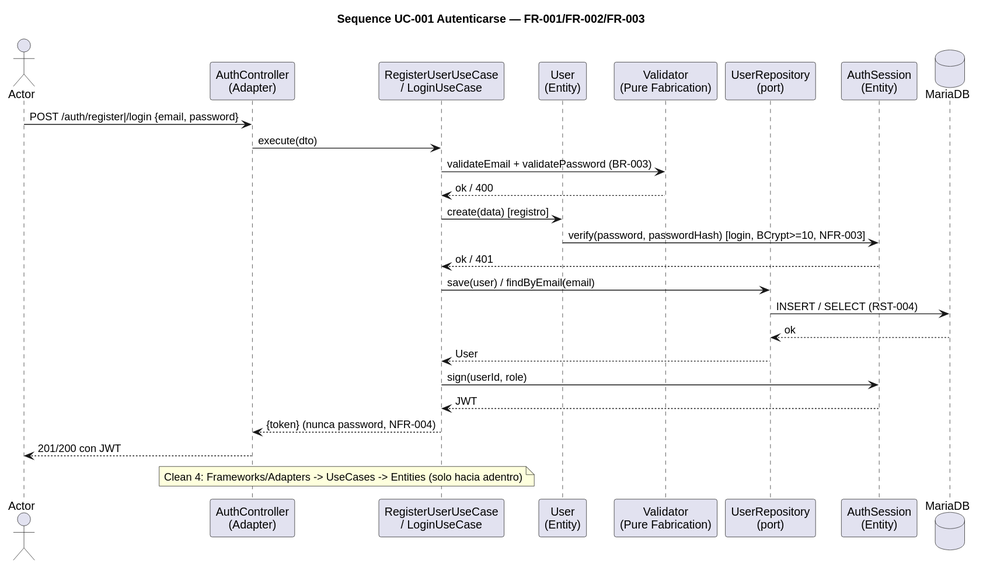
Earlier version of the PlantUML export 2026-09-29-laboratorio-bibliotech/docs/03-architecture/sequence-diagram-UC-001.svg (estebanmatias92/tecnicatura-practicas-profesionalizantes-ii). Its diagram source:
```plantuml
@startuml
title Sequence UC-001 Autenticarse — FR-001/FR-002/FR-003
actor Actor
participant "AuthController\n(Adapter)" as Ctrl
participant "RegisterUserUseCase\n/ LoginUseCase" as UC
participant "User\n(Entity)" as Ent
participant "Validator\n(Pure Fabrication)" as Val
participant "UserRepository\n(port)" as Repo
participant "AuthSession\n(Entity)" as Sess
database MariaDB as DB

Actor -> Ctrl : POST /auth/register|/login {email, password}
Ctrl -> UC : execute(dto)
UC -> Val : validateEmail + validatePassword (BR-003)
Val --> UC : ok / 400
UC -> Ent : create(data) [registro]
Ent -> Sess : verify(password, passwordHash) [login, BCrypt>=10, NFR-003]
Sess --> UC : ok / 401
UC -> Repo : save(user) / findByEmail(email)
Repo -> DB : INSERT / SELECT (RST-004)
DB --> Repo : ok
Repo --> UC : User
UC -> Sess : sign(userId, role)
Sess --> UC : JWT
UC --> Ctrl : {token} (nunca password, NFR-004)
Ctrl --> Actor : 201/200 con JWT

note over Ctrl, UC : Clean 4: Frameworks/Adapters -> UseCases -> Entities (solo hacia adentro)
@enduml
```
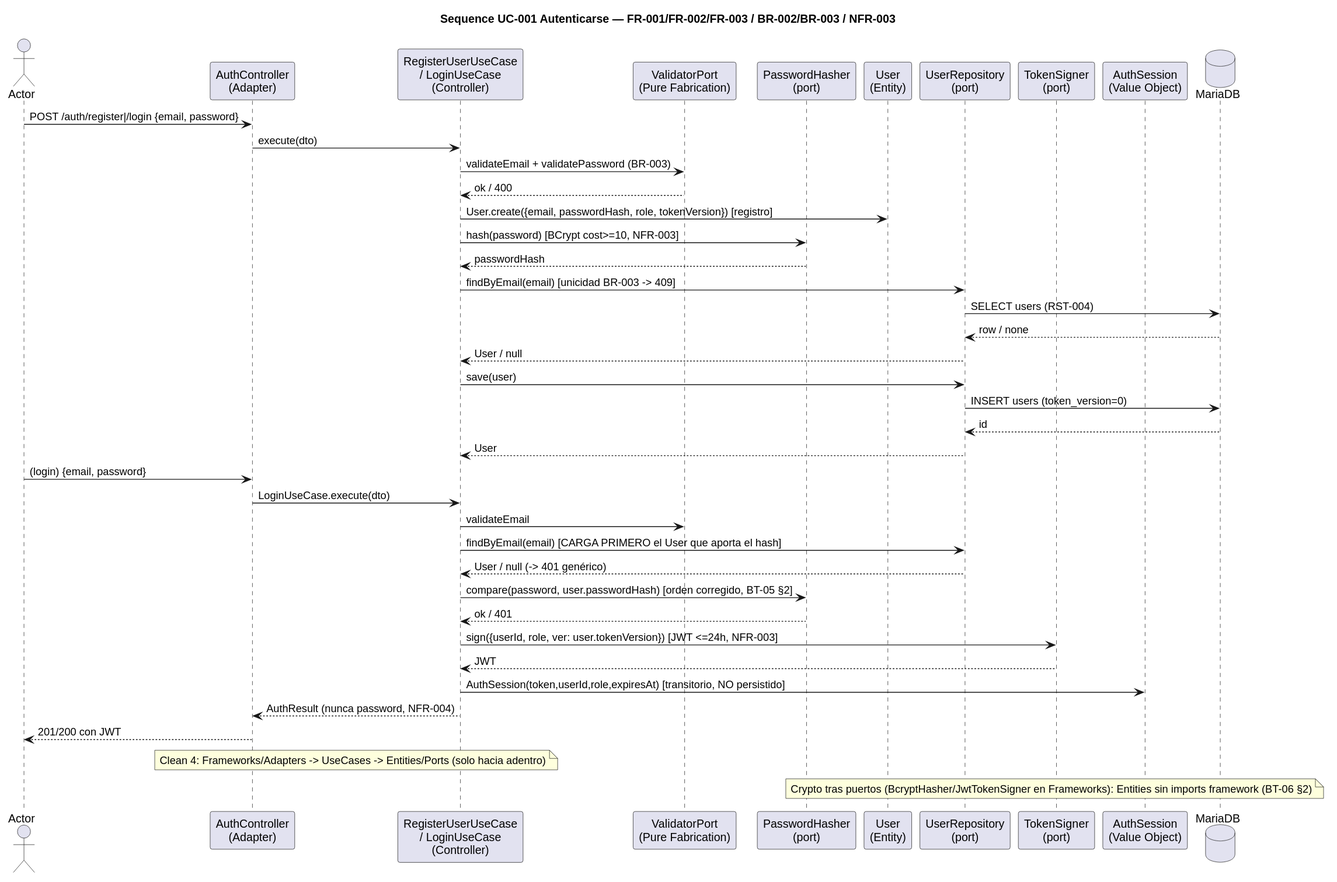
Later version of the same file.

Change to the diagram source:
```diff
@@ -1,29 +1,45 @@
 @startuml
-title Sequence UC-001 Autenticarse — FR-001/FR-002/FR-003
+title Sequence UC-001 Autenticarse — FR-001/FR-002/FR-003 / BR-002/BR-003 / NFR-003
 actor Actor
 participant "AuthController\n(Adapter)" as Ctrl
-participant "RegisterUserUseCase\n/ LoginUseCase" as UC
+participant "RegisterUserUseCase\n/ LoginUseCase\n(Controller)" as UC
+participant "ValidatorPort\n(Pure Fabrication)" as Val
+participant "PasswordHasher\n(port)" as Hash
 participant "User\n(Entity)" as Ent
-participant "Validator\n(Pure Fabrication)" as Val
 participant "UserRepository\n(port)" as Repo
-participant "AuthSession\n(Entity)" as Sess
+participant "TokenSigner\n(port)" as Sign
+participant "AuthSession\n(Value Object)" as Sess
 database MariaDB as DB
 
 Actor -> Ctrl : POST /auth/register|/login {email, password}
 Ctrl -> UC : execute(dto)
 UC -> Val : validateEmail + validatePassword (BR-003)
 Val --> UC : ok / 400
-UC -> Ent : create(data) [registro]
-Ent -> Sess : verify(password, passwordHash) [login, BCrypt>=10, NFR-003]
-Sess --> UC : ok / 401
-UC -> Repo : save(user) / findByEmail(email)
-Repo -> DB : INSERT / SELECT (RST-004)
-DB --> Repo : ok
+UC -> Ent : User.create({email, passwordHash, role, tokenVersion}) [registro]
+UC -> Hash : hash(password) [BCrypt cost>=10, NFR-003]
+Hash --> UC : passwordHash
+UC -> Repo : findByEmail(email) [unicidad BR-003 -> 409]
+Repo -> DB : SELECT users (RST-004)
+DB --> Repo : row / none
+Repo --> UC : User / null
+UC -> Repo : save(user)
+Repo -> DB : INSERT users (token_version=0)
+DB --> Repo : id
 Repo --> UC : User
-UC -> Sess : sign(userId, role)
-Sess --> UC : JWT
-UC --> Ctrl : {token} (nunca password, NFR-004)
+
+Actor -> Ctrl : (login) {email, password}
+Ctrl -> UC : LoginUseCase.execute(dto)
+UC -> Val : validateEmail
+UC -> Repo : findByEmail(email) [CARGA PRIMERO el User que aporta el hash]
+Repo --> UC : User / null (-> 401 genérico)
+UC -> Hash : compare(password, user.passwordHash) [orden corregido, BT-05 §2]
+Hash --> UC : ok / 401
+UC -> Sign : sign({userId, role, ver: user.tokenVersion}) [JWT <=24h, NFR-003]
+Sign --> UC : JWT
+UC -> Sess : AuthSession(token,userId,role,expiresAt) [transitorio, NO persistido]
+UC --> Ctrl : AuthResult (nunca password, NFR-004)
 Ctrl --> Actor : 201/200 con JWT
 
-note over Ctrl, UC : Clean 4: Frameworks/Adapters -> UseCases -> Entities (solo hacia adentro)
+note over Ctrl, UC : Clean 4: Frameworks/Adapters -> UseCases -> Entities/Ports (solo hacia adentro)
+note over Repo, Sess : Crypto tras puertos (BcryptHasher/JwtTokenSigner en Frameworks): Entities sin imports framework (BT-06 §2)
 @enduml
```
